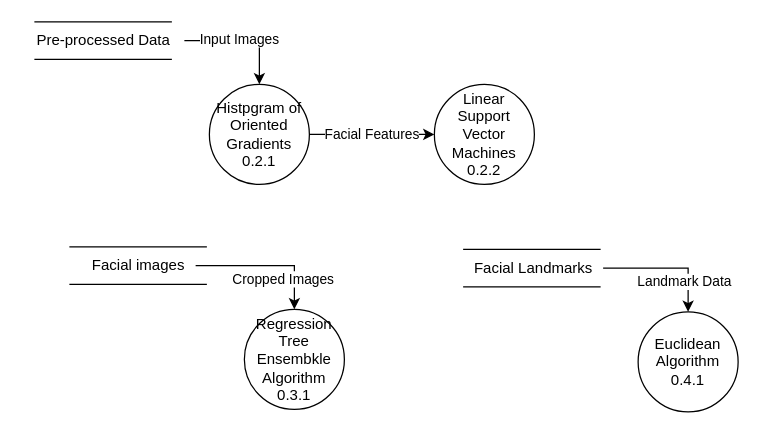
Above: Untitled Diagram.drawio in 347115683/Diagram (draw.io), before the change. Source tidied: cells renumbered, new cells numbered last; positions are measured from the earlier drawing's top-left corner, leaving out a move shared by most shapes. Both pictures are drawn from the tidied source at 125%, with x=0, y=0 at pixel (21, 21).
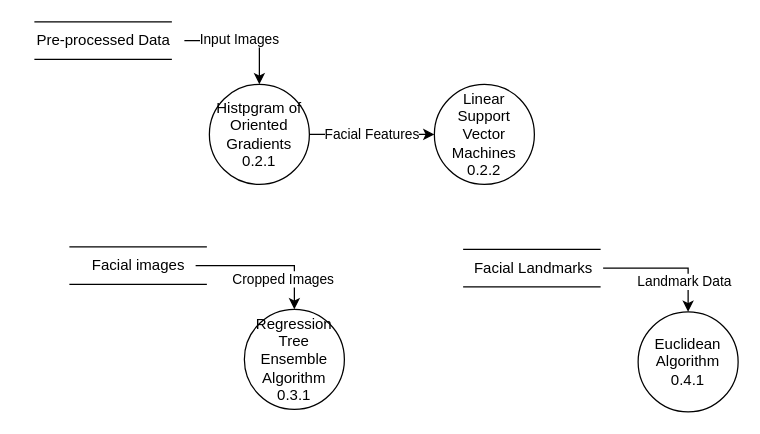
Above is the later version.

Change to the diagram source:
```diff
@@
-    <mxCell id="10" value="Regression Tree Ensembkle Algorithm 0.3.1" style="ellipse;whiteSpace=wrap;html=1;" parent="1" vertex="1">
+    <mxCell id="10" value="Regression Tree Ensemble&lt;br&gt;Algorithm 0.3.1" style="ellipse;whiteSpace=wrap;html=1;" parent="1" vertex="1">
       <mxGeometry x="178" y="230" width="80" height="80" as="geometry" />
     </mxCell>
```
